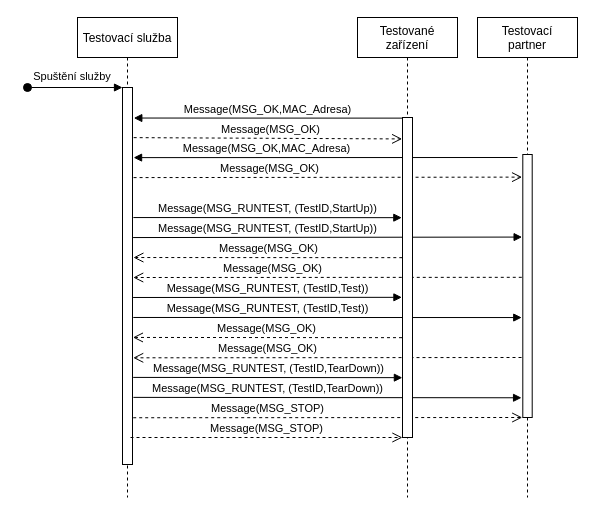
Before: assets/img/src/sequencediagram.drawio in wheeeper/bachelors-thesis, a draw.io diagram. Source tidied: cells renumbered, new cells numbered last; positions are measured from the earlier drawing's top-left corner, leaving out a move shared by most shapes. Both pictures are drawn from the tidied source at 100%, with x=0, y=0 at pixel (27, 17).
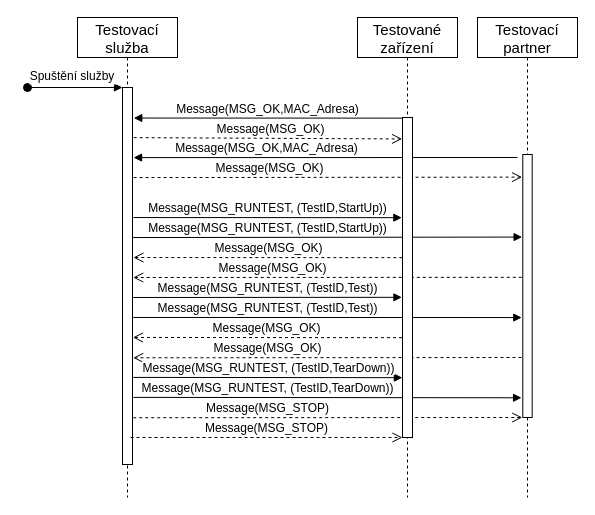
The same diagram, later.

Unchanged cells that the change refers to:
```xml
<mxCell id="13" style="points=[];perimeter=orthogonalPerimeter;rounded=0;shadow=0;strokeWidth=1;" parent="12" vertex="1">
  <mxGeometry x="45" y="70" width="10" height="377" as="geometry" />
</mxCell>
<mxCell id="16" style="points=[];perimeter=orthogonalPerimeter;rounded=0;shadow=0;strokeWidth=1;" parent="15" vertex="1">
  <mxGeometry x="45" y="100" width="10" height="320" as="geometry" />
</mxCell>
<mxCell id="18" style="points=[];perimeter=orthogonalPerimeter;rounded=0;shadow=0;strokeWidth=1;" parent="17" vertex="1">
  <mxGeometry x="45.3" y="137" width="9.4" height="263" as="geometry" />
</mxCell>
```

What changed in the source:
```diff
@@
-    <mxCell id="2" value="Message(MSG_RUNTEST, (TestID,Test))" style="html=1;verticalAlign=bottom;endArrow=block;exitX=1.079;exitY=0.61;exitDx=0;exitDy=0;exitPerimeter=0;entryX=-0.111;entryY=0.62;entryDx=0;entryDy=0;entryPerimeter=0;" parent="1" edge="1" source="13" target="18">
+    <mxCell id="2" value="Message(MSG_RUNTEST, (TestID,Test))" style="html=1;verticalAlign=bottom;endArrow=block;exitX=1.079;exitY=0.61;exitDx=0;exitDy=0;exitPerimeter=0;entryX=-0.111;entryY=0.62;entryDx=0;entryDy=0;entryPerimeter=0;fontSize=12;" parent="1" edge="1" source="13" target="18">
       <mxGeometry x="-0.31" relative="1" as="geometry" />
     </mxCell>
-    <mxCell id="3" value="Message(MSG_OK,MAC_Adresa)" style="html=1;verticalAlign=bottom;endArrow=block;entryX=1.107;entryY=0.186;entryDx=0;entryDy=0;entryPerimeter=0;" parent="1" edge="1" target="13">
+    <mxCell id="3" value="Message(MSG_OK,MAC_Adresa)" style="html=1;verticalAlign=bottom;endArrow=block;entryX=1.107;entryY=0.186;entryDx=0;entryDy=0;entryPerimeter=0;fontSize=12;" parent="1" edge="1" target="13">
       <mxGeometry x="0.31" relative="1" as="geometry">
         <mxPoint x="490" y="140" as="sourcePoint" />
       </mxGeometry>
     </mxCell>
-    <mxCell id="4" value="Message(MSG_OK)" style="html=1;verticalAlign=bottom;endArrow=open;dashed=1;endSize=8;exitX=1.107;exitY=0.239;exitDx=0;exitDy=0;exitPerimeter=0;entryX=-0.074;entryY=0.086;entryDx=0;entryDy=0;entryPerimeter=0;" parent="1" edge="1" source="13" target="18">
+    <mxCell id="4" value="Message(MSG_OK)" style="html=1;verticalAlign=bottom;endArrow=open;dashed=1;endSize=8;exitX=1.107;exitY=0.239;exitDx=0;exitDy=0;exitPerimeter=0;entryX=-0.074;entryY=0.086;entryDx=0;entryDy=0;entryPerimeter=0;fontSize=12;" parent="1" edge="1" source="13" target="18">
       <mxGeometry x="-0.3" relative="1" as="geometry" />
     </mxCell>
-    <mxCell id="5" value="Message(MSG_STOP)" style="html=1;verticalAlign=bottom;endArrow=open;dashed=1;endSize=8;exitX=1.071;exitY=0.876;exitDx=0;exitDy=0;exitPerimeter=0;entryX=-0.059;entryY=1;entryDx=0;entryDy=0;entryPerimeter=0;" parent="1" edge="1" source="13" target="18">
+    <mxCell id="5" value="Message(MSG_STOP)" style="html=1;verticalAlign=bottom;endArrow=open;dashed=1;endSize=8;exitX=1.071;exitY=0.876;exitDx=0;exitDy=0;exitPerimeter=0;entryX=-0.059;entryY=1;entryDx=0;entryDy=0;entryPerimeter=0;fontSize=12;" parent="1" edge="1" source="13" target="18">
       <mxGeometry x="-0.31" relative="1" as="geometry" />
     </mxCell>
-    <mxCell id="6" value="Message(MSG_RUNTEST, (TestID,TearDown))" style="html=1;verticalAlign=bottom;endArrow=block;exitX=1.088;exitY=0.822;exitDx=0;exitDy=0;exitPerimeter=0;entryX=-0.131;entryY=0.925;entryDx=0;entryDy=0;entryPerimeter=0;" parent="1" edge="1" source="13" target="18">
+    <mxCell id="6" value="Message(MSG_RUNTEST, (TestID,TearDown))" style="html=1;verticalAlign=bottom;endArrow=block;exitX=1.088;exitY=0.822;exitDx=0;exitDy=0;exitPerimeter=0;entryX=-0.131;entryY=0.925;entryDx=0;entryDy=0;entryPerimeter=0;fontSize=12;" parent="1" edge="1" source="13" target="18">
       <mxGeometry x="-0.31" relative="1" as="geometry" />
     </mxCell>
-    <mxCell id="7" value="Message(MSG_OK)" style="html=1;verticalAlign=bottom;endArrow=open;dashed=1;endSize=8;entryX=1.07;entryY=0.717;entryDx=0;entryDy=0;entryPerimeter=0;" parent="1" edge="1" target="13">
+    <mxCell id="7" value="Message(MSG_OK)" style="html=1;verticalAlign=bottom;endArrow=open;dashed=1;endSize=8;entryX=1.07;entryY=0.717;entryDx=0;entryDy=0;entryPerimeter=0;fontSize=12;" parent="1" edge="1" target="13">
       <mxGeometry x="0.31" relative="1" as="geometry">
         <mxPoint x="494" y="340" as="sourcePoint" />
       </mxGeometry>
     </mxCell>
-    <mxCell id="8" value="Message(MSG_OK)" style="html=1;verticalAlign=bottom;endArrow=open;dashed=1;endSize=8;entryX=1.07;entryY=0.504;entryDx=0;entryDy=0;entryPerimeter=0;exitX=-0.108;exitY=0.467;exitDx=0;exitDy=0;exitPerimeter=0;" parent="1" edge="1" source="18" target="13">
+    <mxCell id="8" value="Message(MSG_OK)" style="html=1;verticalAlign=bottom;endArrow=open;dashed=1;endSize=8;entryX=1.07;entryY=0.504;entryDx=0;entryDy=0;entryPerimeter=0;exitX=-0.108;exitY=0.467;exitDx=0;exitDy=0;exitPerimeter=0;fontSize=12;" parent="1" edge="1" source="18" target="13">
       <mxGeometry x="0.28" relative="1" as="geometry" />
     </mxCell>
-    <mxCell id="9" value="Message(MSG_RUNTEST, (TestID,StartUp))" style="html=1;verticalAlign=bottom;endArrow=block;exitX=1.06;exitY=0.398;exitDx=0;exitDy=0;exitPerimeter=0;entryX=-0.074;entryY=0.314;entryDx=0;entryDy=0;entryPerimeter=0;" parent="1" edge="1" source="13" target="18">
+    <mxCell id="9" value="Message(MSG_RUNTEST, (TestID,StartUp))" style="html=1;verticalAlign=bottom;endArrow=block;exitX=1.06;exitY=0.398;exitDx=0;exitDy=0;exitPerimeter=0;entryX=-0.074;entryY=0.314;entryDx=0;entryDy=0;entryPerimeter=0;fontSize=12;" parent="1" edge="1" source="13" target="18">
       <mxGeometry x="-0.31" relative="1" as="geometry" />
     </mxCell>
-    <mxCell id="10" value="Message(MSG_OK)" style="html=1;verticalAlign=bottom;endArrow=open;dashed=1;endSize=8;entryX=-0.036;entryY=0.067;entryDx=0;entryDy=0;entryPerimeter=0;exitX=1.118;exitY=0.133;exitDx=0;exitDy=0;exitPerimeter=0;" parent="1" edge="1" source="13" target="16">
+    <mxCell id="10" value="Message(MSG_OK)" style="html=1;verticalAlign=bottom;endArrow=open;dashed=1;endSize=8;entryX=-0.036;entryY=0.067;entryDx=0;entryDy=0;entryPerimeter=0;exitX=1.118;exitY=0.133;exitDx=0;exitDy=0;exitPerimeter=0;fontSize=12;" parent="1" edge="1" source="13" target="16">
       <mxGeometry x="0.02" relative="1" as="geometry" />
     </mxCell>
-    <mxCell id="11" value="Message(MSG_OK,MAC_Adresa)" style="html=1;verticalAlign=bottom;endArrow=block;exitX=0.5;exitY=0.002;exitDx=0;exitDy=0;exitPerimeter=0;entryX=1.13;entryY=0.081;entryDx=0;entryDy=0;entryPerimeter=0;" parent="1" edge="1" source="16" target="13">
+    <mxCell id="11" value="Message(MSG_OK,MAC_Adresa)" style="html=1;verticalAlign=bottom;endArrow=block;exitX=0.5;exitY=0.002;exitDx=0;exitDy=0;exitPerimeter=0;entryX=1.13;entryY=0.081;entryDx=0;entryDy=0;entryPerimeter=0;fontSize=12;" parent="1" edge="1" source="16" target="13">
       <mxGeometry x="0.02" relative="1" as="geometry" />
     </mxCell>
-    <mxCell id="12" value="Testovací služba" style="shape=umlLifeline;perimeter=lifelinePerimeter;rounded=0;shadow=0;strokeWidth=1;" parent="1" vertex="1">
+    <mxCell id="12" value="Testovací &#10;služba" style="shape=umlLifeline;perimeter=lifelinePerimeter;rounded=0;shadow=0;strokeWidth=1;fontSize=15;" parent="1" vertex="1">
       <mxGeometry x="50" width="100" height="480" as="geometry" />
     </mxCell>
@@
-    <mxCell id="14" value="Spuštění služby" style="verticalAlign=bottom;startArrow=oval;endArrow=block;startSize=8;shadow=0;strokeWidth=1;" parent="12" edge="1" target="13">
+    <mxCell id="14" value="Spuštění služby" style="verticalAlign=bottom;startArrow=oval;endArrow=block;startSize=8;shadow=0;strokeWidth=1;fontSize=12;" parent="12" edge="1" target="13">
       <mxGeometry x="-0.05" y="2" relative="1" as="geometry">
         <mxPoint x="-50" y="70" as="sourcePoint" />
       </mxGeometry>
     </mxCell>
-    <mxCell id="15" value="Testované &#10;zařízení" style="shape=umlLifeline;perimeter=lifelinePerimeter;rounded=0;shadow=0;strokeWidth=1;" parent="1" vertex="1">
+    <mxCell id="15" value="Testované &#10;zařízení" style="shape=umlLifeline;perimeter=lifelinePerimeter;rounded=0;shadow=0;strokeWidth=1;fontSize=15;" parent="1" vertex="1">
       <mxGeometry x="330" width="100" height="480" as="geometry" />
     </mxCell>
@@
-    <mxCell id="17" value="Testovací&#10;partner" style="shape=umlLifeline;perimeter=lifelinePerimeter;rounded=0;shadow=0;strokeWidth=1;" parent="1" vertex="1">
+    <mxCell id="17" value="Testovací&#10;partner" style="shape=umlLifeline;perimeter=lifelinePerimeter;rounded=0;shadow=0;strokeWidth=1;fontSize=15;" parent="1" vertex="1">
       <mxGeometry x="450" width="100" height="480" as="geometry" />
     </mxCell>
@@
-    <mxCell id="19" value="Message(MSG_RUNTEST, (TestID,StartUp))" style="html=1;verticalAlign=bottom;endArrow=block;exitX=1.088;exitY=0.345;exitDx=0;exitDy=0;exitPerimeter=0;entryX=-0.067;entryY=0.313;entryDx=0;entryDy=0;entryPerimeter=0;" parent="1" edge="1" source="13" target="16">
+    <mxCell id="19" value="Message(MSG_RUNTEST, (TestID,StartUp))" style="html=1;verticalAlign=bottom;endArrow=block;exitX=1.088;exitY=0.345;exitDx=0;exitDy=0;exitPerimeter=0;entryX=-0.067;entryY=0.313;entryDx=0;entryDy=0;entryPerimeter=0;fontSize=12;" parent="1" edge="1" source="13" target="16">
       <mxGeometry relative="1" as="geometry" />
     </mxCell>
-    <mxCell id="20" value="Message(MSG_OK)" style="html=1;verticalAlign=bottom;endArrow=open;dashed=1;endSize=8;entryX=1.088;entryY=0.451;entryDx=0;entryDy=0;entryPerimeter=0;exitX=-0.02;exitY=0.438;exitDx=0;exitDy=0;exitPerimeter=0;" parent="1" edge="1" source="16" target="13">
+    <mxCell id="20" value="Message(MSG_OK)" style="html=1;verticalAlign=bottom;endArrow=open;dashed=1;endSize=8;entryX=1.088;entryY=0.451;entryDx=0;entryDy=0;entryPerimeter=0;exitX=-0.02;exitY=0.438;exitDx=0;exitDy=0;exitPerimeter=0;fontSize=12;" parent="1" edge="1" source="16" target="13">
       <mxGeometry relative="1" as="geometry" />
     </mxCell>
-    <mxCell id="21" value="Message(MSG_RUNTEST, (TestID,Test))" style="html=1;verticalAlign=bottom;endArrow=block;exitX=1.06;exitY=0.557;exitDx=0;exitDy=0;exitPerimeter=0;entryX=-0.059;entryY=0.562;entryDx=0;entryDy=0;entryPerimeter=0;" parent="1" edge="1" source="13" target="16">
+    <mxCell id="21" value="Message(MSG_RUNTEST, (TestID,Test))" style="html=1;verticalAlign=bottom;endArrow=block;exitX=1.06;exitY=0.557;exitDx=0;exitDy=0;exitPerimeter=0;entryX=-0.059;entryY=0.562;entryDx=0;entryDy=0;entryPerimeter=0;fontSize=12;" parent="1" edge="1" source="13" target="16">
       <mxGeometry relative="1" as="geometry" />
     </mxCell>
-    <mxCell id="22" value="Message(MSG_OK)" style="html=1;verticalAlign=bottom;endArrow=open;dashed=1;endSize=8;entryX=1.042;entryY=0.663;entryDx=0;entryDy=0;entryPerimeter=0;exitX=-0.051;exitY=0.688;exitDx=0;exitDy=0;exitPerimeter=0;" parent="1" edge="1" source="16" target="13">
+    <mxCell id="22" value="Message(MSG_OK)" style="html=1;verticalAlign=bottom;endArrow=open;dashed=1;endSize=8;entryX=1.042;entryY=0.663;entryDx=0;entryDy=0;entryPerimeter=0;exitX=-0.051;exitY=0.688;exitDx=0;exitDy=0;exitPerimeter=0;fontSize=12;" parent="1" edge="1" source="16" target="13">
       <mxGeometry relative="1" as="geometry" />
     </mxCell>
-    <mxCell id="23" value="Message(MSG_RUNTEST, (TestID,TearDown))" style="html=1;verticalAlign=bottom;endArrow=block;exitX=1.07;exitY=0.769;exitDx=0;exitDy=0;exitPerimeter=0;entryX=-0.012;entryY=0.813;entryDx=0;entryDy=0;entryPerimeter=0;" parent="1" edge="1" source="13" target="16">
+    <mxCell id="23" value="Message(MSG_RUNTEST, (TestID,TearDown))" style="html=1;verticalAlign=bottom;endArrow=block;exitX=1.07;exitY=0.769;exitDx=0;exitDy=0;exitPerimeter=0;entryX=-0.012;entryY=0.813;entryDx=0;entryDy=0;entryPerimeter=0;fontSize=12;" parent="1" edge="1" source="13" target="16">
       <mxGeometry relative="1" as="geometry" />
     </mxCell>
-    <mxCell id="24" value="Message(MSG_STOP)" style="html=1;verticalAlign=bottom;endArrow=open;dashed=1;endSize=8;entryX=-0.008;entryY=1;entryDx=0;entryDy=0;entryPerimeter=0;" parent="1" edge="1" target="16">
+    <mxCell id="24" value="Message(MSG_STOP)" style="html=1;verticalAlign=bottom;endArrow=open;dashed=1;endSize=8;entryX=-0.008;entryY=1;entryDx=0;entryDy=0;entryPerimeter=0;fontSize=12;" parent="1" edge="1" target="16">
       <mxGeometry relative="1" as="geometry">
         <mxPoint x="103" y="420" as="sourcePoint" />
       </mxGeometry>
     </mxCell>
```
